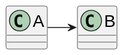
PureNimble/ISEP-LAPR4 keeps this PlantUML diagram as docs/sprinta/us_g001/01. requirements-engineering/svg/system-sequence-diagram.svg. Above is the earlier version. The source it was exported from:
```plantuml
@startuml
skinparamlocked defaultFontSize 20

class A {

}

class B {

}

A -> B
@enduml
```
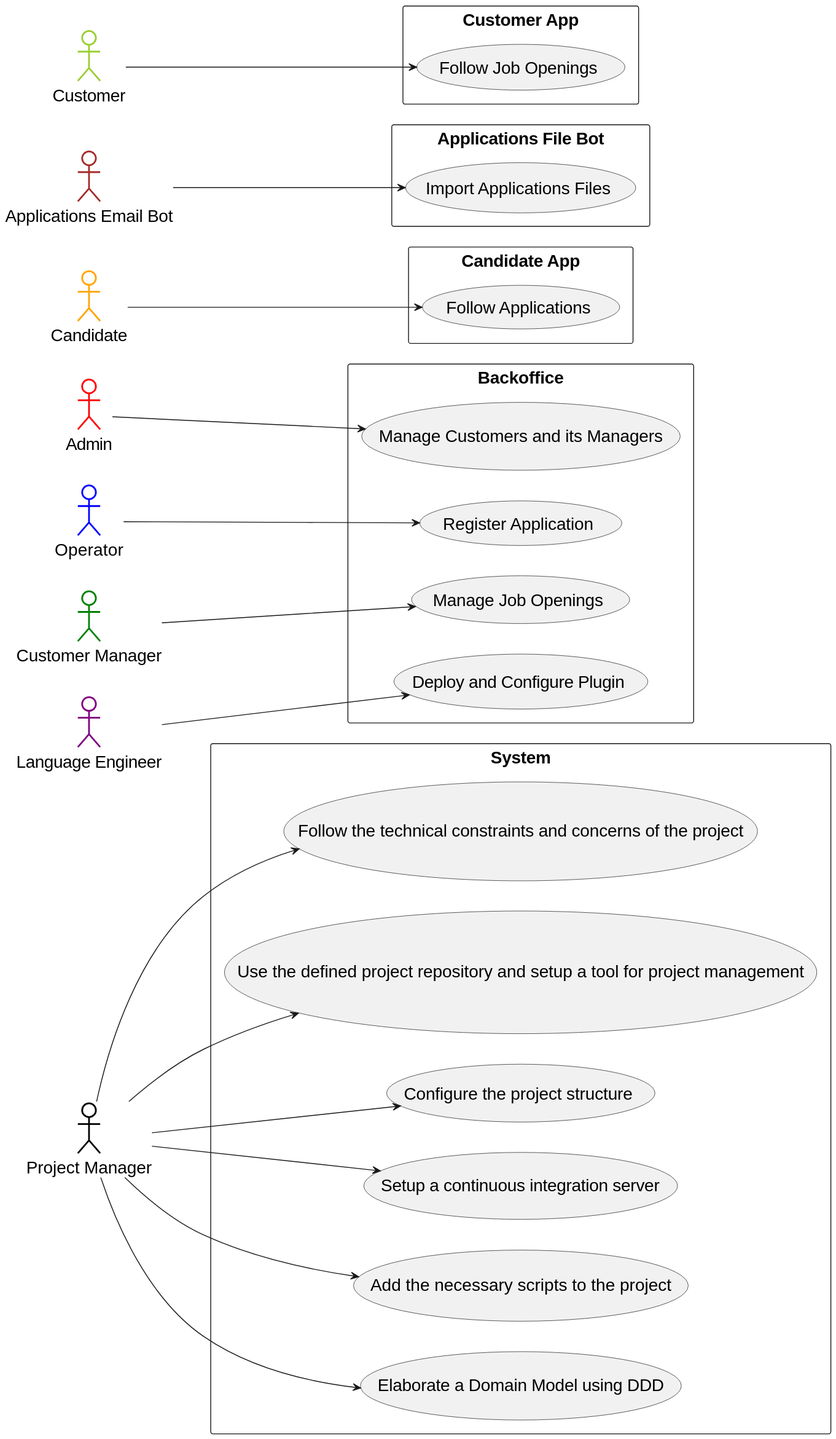
The same file after the commit.

Change to the diagram source:
```diff
@@ -1,13 +1,64 @@
 @startuml
 skinparamlocked defaultFontSize 20
 
-class A {
+left to right direction
 
+actor "Project Manager" as PM #white;line:black;line.bold;text:black
+
+rectangle System {
+    usecase "Follow the technical constraints and concerns of the project" as G001
+    usecase "Use the defined project repository and setup a tool for project management" as G002
+    usecase "Configure the project structure" as G003
+    usecase "Setup a continuous integration server" as G004
+    usecase "Add the necessary scripts to the project" as G005
+    usecase "Elaborate a Domain Model using DDD" as G006
 }
 
-class B {
+PM --> G001
+PM --> G002
+PM --> G003
+PM --> G004
+PM --> G005
+PM --> G006
 
+actor "Admin" as AD #white;line:red;line.bold;text:black
+actor "Operator" as OP #white;line:blue;line.bold;text:black
+actor "Customer Manager" as CM #white;line:green;line.bold;text:black
+actor "Language Engineer" as LE #white;line:purple;line.bold;text:black
+
+rectangle Backoffice {
+    usecase "Manage Customers and its Managers" as UC1
+    usecase "Deploy and Configure Plugin" as UC2
+    usecase "Register Application" as UC3
+    usecase "Manage Job Openings" as UC4
 }
 
-A -> B
+AD --> UC1
+LE --> UC2
+OP --> UC3
+CM --> UC4
+
+actor "Candidate" as CA #white;line:orange;line.bold;text:black
+
+rectangle "Candidate App" {
+    usecase "Follow Applications" as UC5
+}
+
+CA --> UC5
+
+actor "Applications Email Bot" as EB #white;line:brown;line.bold;text:black
+
+rectangle "Applications File Bot" {
+    usecase "Import Applications Files" as UC6
+}
+
+EB --> UC6
+
+actor "Customer" as CU #white;line:yellowgreen;line.bold;text:black
+
+rectangle "Customer App" {
+    usecase "Follow Job Openings" as UC7
+}
+
+CU --> UC7
 @enduml
```
